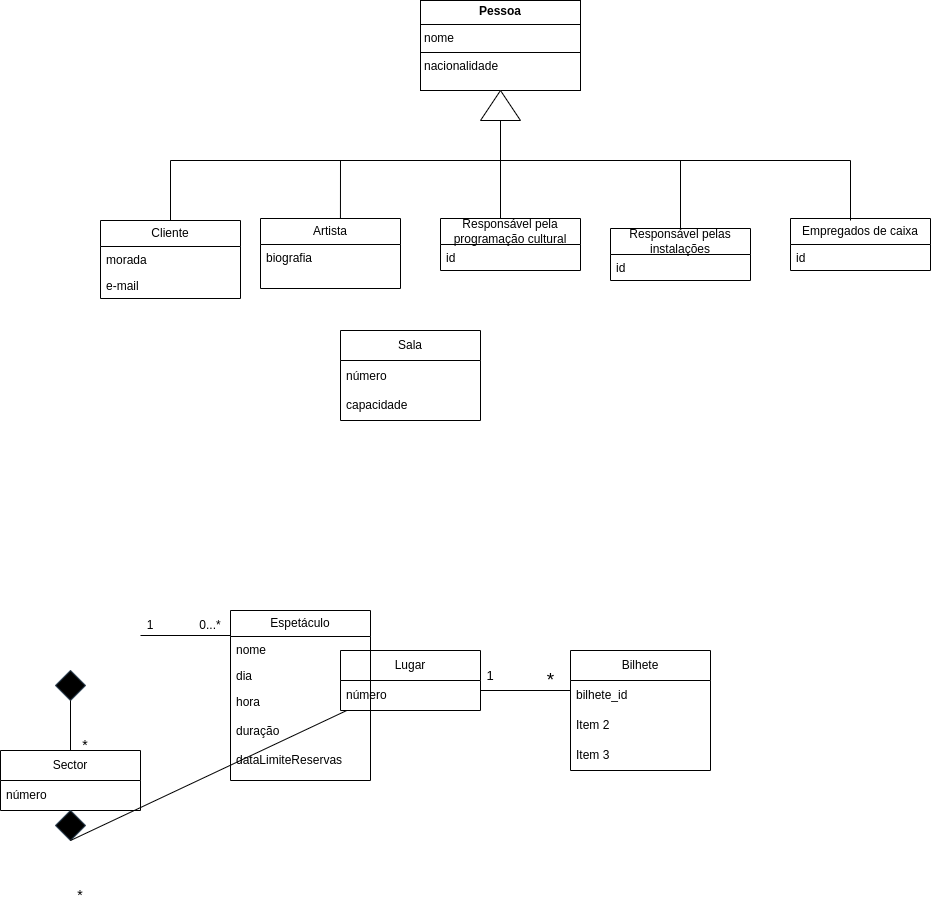
This is UML1.drawio.png from leorsd/ESOF_UML, a draw.io export, as it was before one commit. Source tidied: cells renumbered, new cells last; positions are measured from the earlier drawing's top-left corner, leaving out a move shared by most shapes.
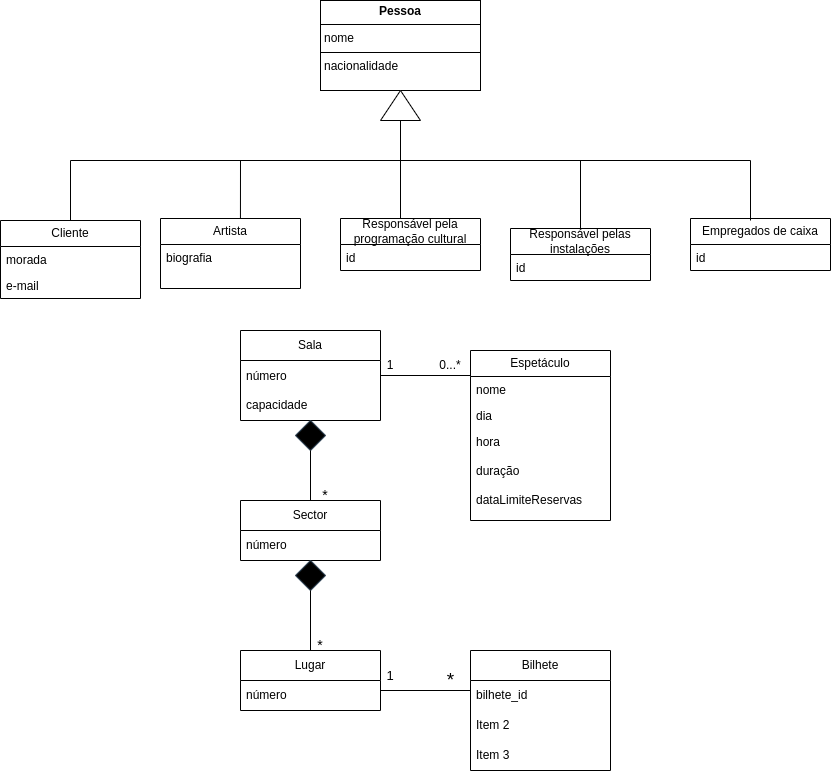
After the change.

The edit, as a diff of the source:
```diff
@@ -15,21 +15,21 @@
       <mxGeometry y="30" width="140" height="60" as="geometry" />
     </mxCell>
     <mxCell id="6" value="Sector" style="swimlane;fontStyle=0;horizontal=1;startSize=30;whiteSpace=wrap;html=1;" parent="1" vertex="1">
-      <mxGeometry y="750" width="140" height="60" as="geometry" />
+      <mxGeometry x="340" y="500" width="140" height="60" as="geometry" />
     </mxCell>
     <mxCell id="7" value="número" style="text;strokeColor=none;fillColor=none;align=left;verticalAlign=middle;spacingLeft=4;spacingRight=4;overflow=hidden;whiteSpace=wrap;html=1;" parent="6" vertex="1">
       <mxGeometry y="30" width="140" height="30" as="geometry" />
     </mxCell>
     <mxCell id="8" style="rhombus;whiteSpace=wrap;html=1;strokeColor=#314354;fillColor=#000000;fontColor=#ffffff;" parent="1" vertex="1">
-      <mxGeometry x="55" y="670" width="30" height="30" as="geometry" />
+      <mxGeometry x="395" y="420" width="30" height="30" as="geometry" />
     </mxCell>
     <mxCell id="9" style="endArrow=none;html=1;rounded=0;entryX=0.5;entryY=1;entryDx=0;entryDy=0;" parent="1" edge="1" target="8">
       <mxGeometry relative="1" as="geometry">
-        <mxPoint x="70" y="750" as="sourcePoint" />
+        <mxPoint x="410" y="500" as="sourcePoint" />
       </mxGeometry>
     </mxCell>
     <mxCell id="10" value="1" style="text;html=1;align=center;verticalAlign=middle;whiteSpace=wrap;rounded=0;" parent="1" vertex="1">
-      <mxGeometry x="120" y="610" width="60" height="30" as="geometry" />
+      <mxGeometry x="460" y="350" width="60" height="30" as="geometry" />
     </mxCell>
     <mxCell id="11" value="Lugar" style="swimlane;fontStyle=0;horizontal=1;startSize=30;whiteSpace=wrap;html=1;" parent="1" vertex="1">
       <mxGeometry x="340" y="650" width="140" height="60" as="geometry" />
@@ -38,18 +38,16 @@
       <mxGeometry y="30" width="140" height="30" as="geometry" />
     </mxCell>
     <mxCell id="13" style="rhombus;whiteSpace=wrap;html=1;strokeColor=#314354;fillColor=#000000;fontColor=#ffffff;" parent="1" vertex="1">
-      <mxGeometry x="55" y="810" width="30" height="30" as="geometry" />
+      <mxGeometry x="395" y="560" width="30" height="30" as="geometry" />
     </mxCell>
-    <mxCell id="14" style="endArrow=none;html=1;rounded=0;" parent="1" edge="1" source="11">
-      <mxGeometry relative="1" as="geometry">
-        <mxPoint x="70" y="840" as="targetPoint" />
-      </mxGeometry>
+    <mxCell id="14" style="endArrow=none;html=1;rounded=0;entryX=0.5;entryY=1;entryDx=0;entryDy=0;" parent="1" edge="1" source="11" target="13">
+      <mxGeometry relative="1" as="geometry" />
     </mxCell>
     <mxCell id="15" value="&lt;font style=&quot;font-size: 14px;&quot;&gt;*&lt;/font&gt;" style="text;html=1;align=center;verticalAlign=middle;whiteSpace=wrap;rounded=0;" parent="1" vertex="1">
-      <mxGeometry x="50" y="880" width="60" height="30" as="geometry" />
+      <mxGeometry x="390" y="630" width="60" height="30" as="geometry" />
     </mxCell>
     <mxCell id="16" value="Espetáculo" style="swimlane;fontStyle=0;horizontal=1;startSize=26;fillColor=none;whiteSpace=wrap;html=1;" parent="1" vertex="1">
-      <mxGeometry x="230" y="610" width="140" height="170" as="geometry" />
+      <mxGeometry x="570" y="350" width="140" height="170" as="geometry" />
     </mxCell>
     <mxCell id="17" value="nome" style="text;strokeColor=none;fillColor=none;align=left;verticalAlign=top;spacingLeft=4;spacingRight=4;overflow=hidden;whiteSpace=wrap;html=1;" parent="16" vertex="1">
       <mxGeometry y="26" width="140" height="26" as="geometry" />
@@ -74,8 +72,8 @@
     </mxCell>
     <mxCell id="24" style="endArrow=none;html=1;rounded=0;entryX=0.5;entryY=1;entryDx=0;entryDy=0;" parent="1" edge="1">
       <mxGeometry relative="1" as="geometry">
-        <mxPoint x="230" y="635" as="sourcePoint" />
-        <mxPoint x="140" y="635" as="targetPoint" />
+        <mxPoint x="570" y="375" as="sourcePoint" />
+        <mxPoint x="480" y="375" as="targetPoint" />
       </mxGeometry>
     </mxCell>
     <mxCell id="25" value="Empregados de caixa" style="swimlane;fontStyle=0;horizontal=1;startSize=26;fillColor=none;whiteSpace=wrap;html=1;" parent="1" vertex="1">
@@ -112,7 +110,7 @@
       <mxGeometry x="480" y="90" width="40" height="30" as="geometry" />
     </mxCell>
     <mxCell id="36" value="0...*" style="text;html=1;align=center;verticalAlign=middle;whiteSpace=wrap;rounded=0;" parent="1" vertex="1">
-      <mxGeometry x="180" y="610" width="60" height="30" as="geometry" />
+      <mxGeometry x="520" y="350" width="60" height="30" as="geometry" />
     </mxCell>
     <mxCell id="37" style="endArrow=none;html=1;rounded=0;entryX=0;entryY=0.5;entryDx=0;entryDy=0;exitX=0.5;exitY=0;exitDx=0;exitDy=0;" parent="1" edge="1" source="20" target="35">
       <mxGeometry relative="1" as="geometry">
@@ -157,7 +155,7 @@
       </mxGeometry>
     </mxCell>
     <mxCell id="44" value="&lt;font style=&quot;font-size: 14px;&quot;&gt;*&lt;/font&gt;" style="text;html=1;align=center;verticalAlign=middle;whiteSpace=wrap;rounded=0;" parent="1" vertex="1">
-      <mxGeometry x="55" y="730" width="60" height="30" as="geometry" />
+      <mxGeometry x="395" y="480" width="60" height="30" as="geometry" />
     </mxCell>
     <mxCell id="45" value="&lt;font style=&quot;font-size: 13px;&quot;&gt;1&lt;/font&gt;" style="text;html=1;align=center;verticalAlign=middle;whiteSpace=wrap;rounded=0;" parent="1" vertex="1">
       <mxGeometry x="460" y="660" width="60" height="30" as="geometry" />
```
